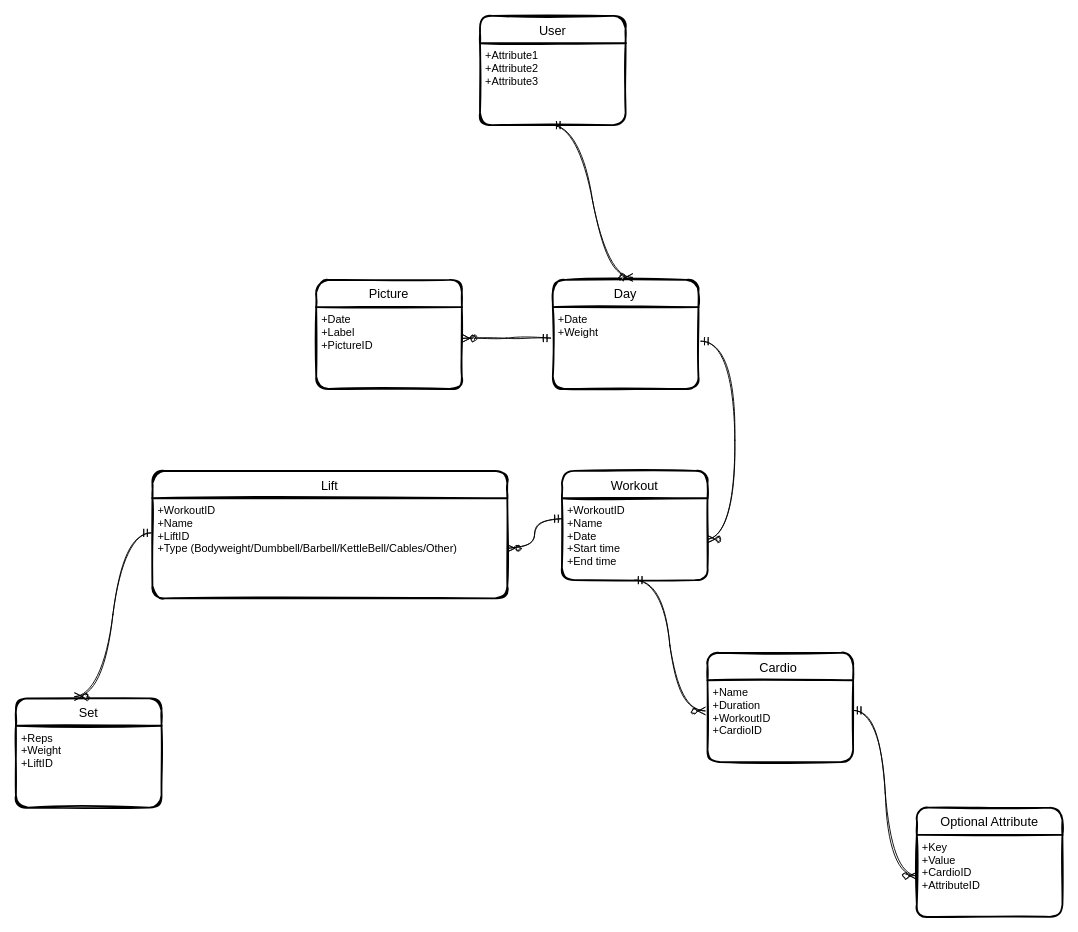
Before: databasediagram.drawio in abhishekxix/workout-tacker-backend, a draw.io diagram. Source tidied: cells renumbered, new cells numbered last; positions are measured from the earlier drawing's top-left corner, leaving out a move shared by most shapes. Both pictures are drawn from the tidied source at 91%, with x=0, y=0 at pixel (15, 15).
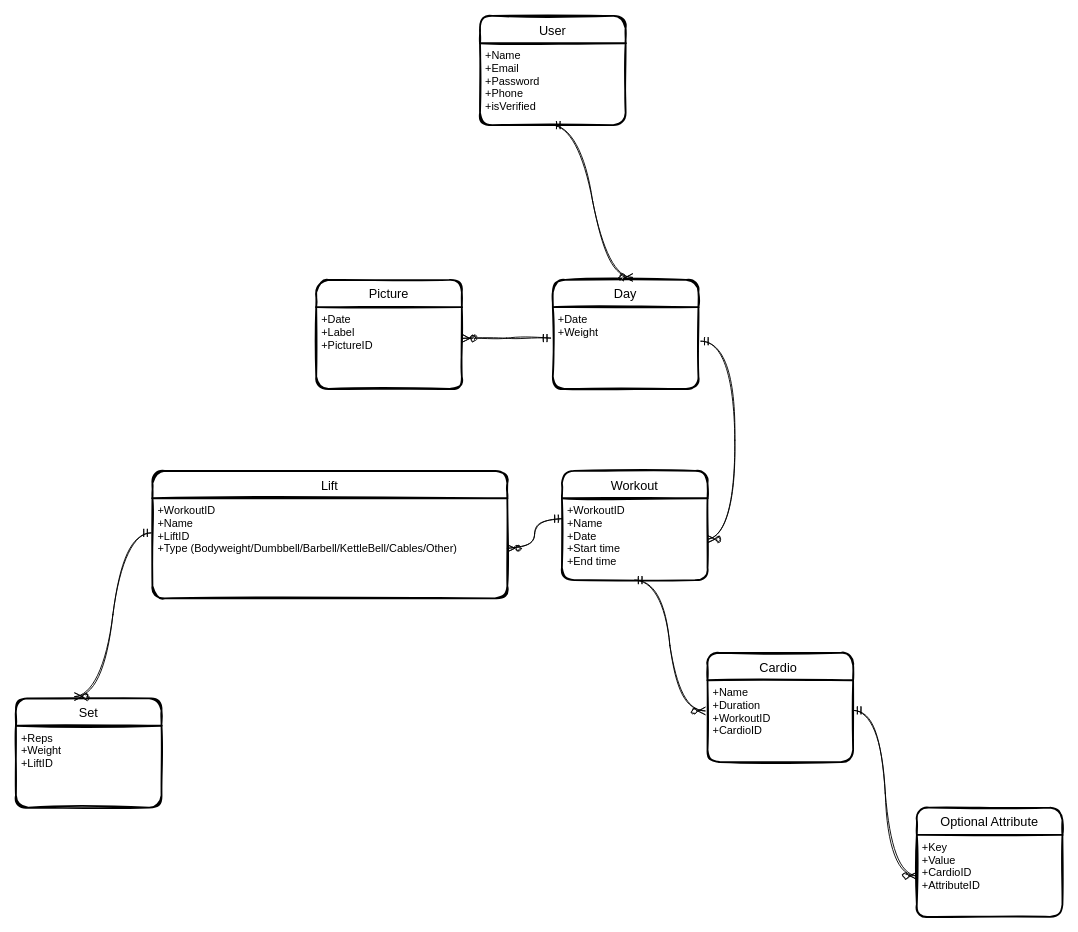
After the change.

Commit message:
Update the database diagram

The change refers to these unchanged cells:
```xml
<mxCell id="22" value="User" style="swimlane;horizontal=1;startSize=30;rounded=1;fontSize=14;fontStyle=0;strokeWidth=2;shadow=0;dashed=0;align=center;sketch=1;" parent="1" vertex="1">
  <mxGeometry x="510" width="160" height="120" as="geometry" />
</mxCell>
```

Change to the diagram source:
```diff
@@
-    <mxCell id="23" value="+Attribute1&#10;+Attribute2&#10;+Attribute3" style="align=left;strokeColor=none;fillColor=none;spacingLeft=4;fontSize=12;verticalAlign=top;rounded=1;sketch=1;" parent="22" vertex="1">
+    <mxCell id="23" value="+Name&#10;+Email&#10;+Password&#10;+Phone&#10;+isVerified" style="align=left;strokeColor=none;fillColor=none;spacingLeft=4;fontSize=12;verticalAlign=top;rounded=1;sketch=1;" parent="22" vertex="1">
       <mxGeometry y="30" width="160" height="90" as="geometry" />
     </mxCell>
```
